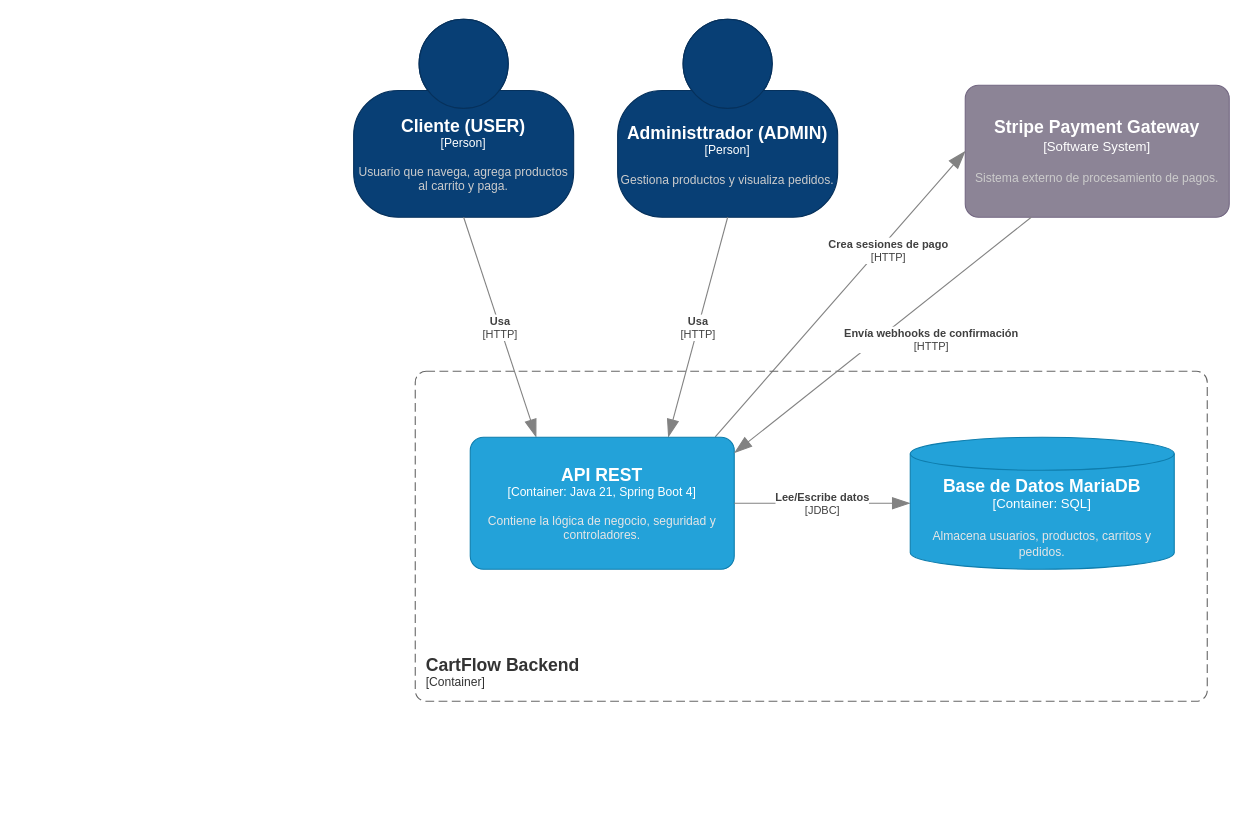
The draw.io diagram docs/diagrams/DiagramaContenedor.drawio in jvilamarin31/cartflow-api, before the edit. Source tidied: cells renumbered, new cells numbered last; positions are measured from the earlier drawing's top-left corner, leaving out a move shared by most shapes. Both pictures are drawn from the tidied source at 110%, with x=0, y=0 at pixel (353, 19).
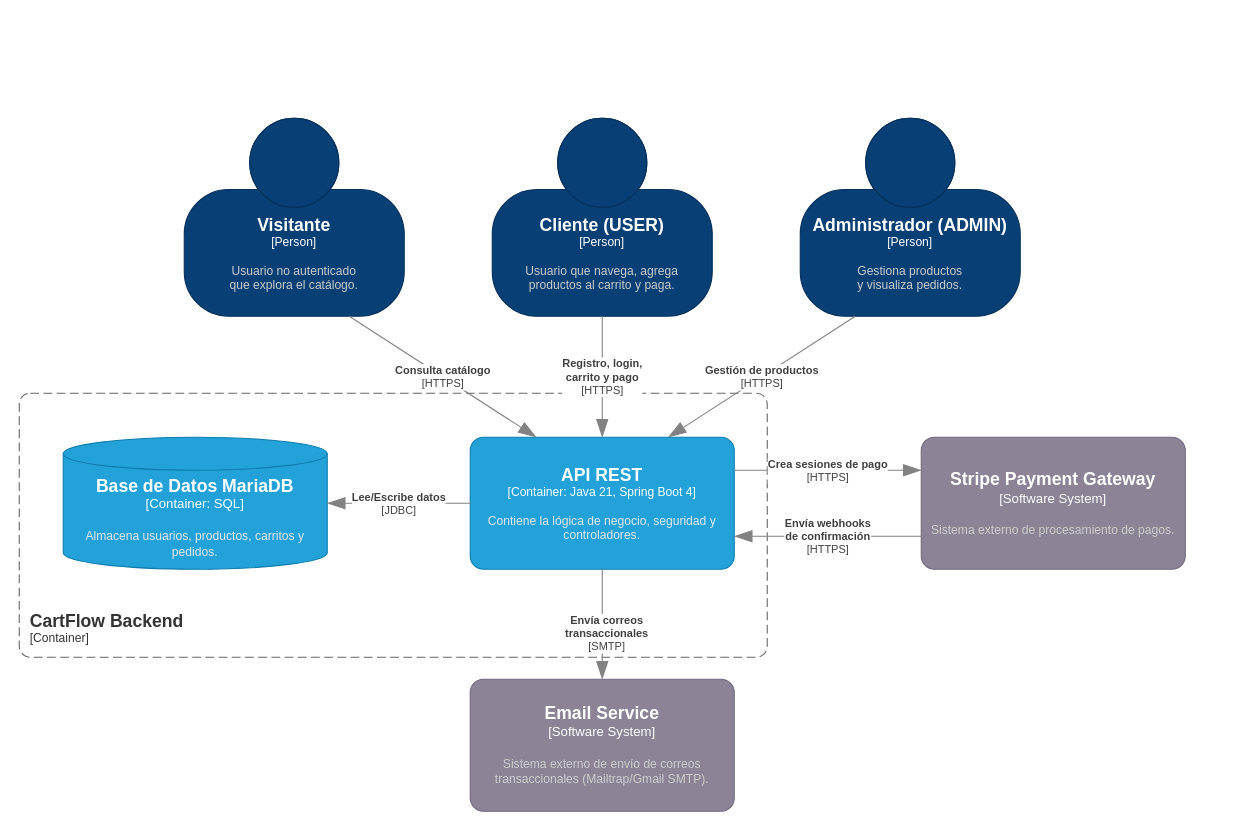
After the change.

The change refers to these unchanged cells:
```xml
<object id="9" label="&lt;font style=&quot;font-size: 16px&quot;&gt;&lt;b&gt;%c4Name%&lt;/b&gt;&lt;/font&gt;&lt;div&gt;[%c4Type%: %c4Technology%]&lt;/div&gt;&lt;br&gt;&lt;div&gt;&lt;font style=&quot;font-size: 11px&quot;&gt;&lt;font color=&quot;#E6E6E6&quot;&gt;%c4Description%&lt;/font&gt;&lt;/div&gt;" c4Description="Contiene la lógica de negocio, seguridad y controladores." c4Name="API REST" c4Technology="Java 21, Spring Boot 4" c4Type="Container" placeholders="1">
  <mxCell style="rounded=1;whiteSpace=wrap;html=1;fontSize=11;labelBackgroundColor=none;fillColor=#23A2D9;fontColor=#ffffff;align=center;arcSize=10;strokeColor=#0E7DAD;points=[[0.25,0,0],[0.5,0,0],[0.75,0,0],[1,0.25,0],[1,0.5,0],[1,0.75,0],[0.75,1,0],[0.5,1,0],[0.25,1,0],[0,0.75,0],[0,0.5,0],[0,0.25,0]];" parent="1" vertex="1">
    <mxGeometry x="106" y="380" width="240" height="120" as="geometry" />
  </mxCell>
</object>
```

Change to the diagram source:
```diff
@@
-    <object id="2" label="&lt;font style=&quot;font-size: 16px&quot;&gt;&lt;b&gt;%c4Name%&lt;/b&gt;&lt;/font&gt;&lt;div&gt;[%c4Type%]&lt;/div&gt;&lt;br&gt;&lt;div&gt;&lt;font style=&quot;font-size: 11px&quot;&gt;&lt;font color=&quot;#cccccc&quot;&gt;%c4Description%&lt;/font&gt;&lt;/div&gt;" c4Description="Usuario que navega, agrega productos al carrito y paga." c4Name="Cliente (USER)" c4Type="Person" placeholders="1">
-      <mxCell style="html=1;fontSize=11;dashed=0;whiteSpace=wrap;fillColor=#083F75;strokeColor=#06315C;fontColor=#ffffff;shape=mxgraph.c4.person2;align=center;points=[[0.5,0,0],[1,0.5,0],[1,0.75,0],[0.75,1,0],[0.5,1,0],[0.25,1,0],[0,0.75,0],[0,0.5,0]];" parent="1" vertex="1">
-        <mxGeometry width="200" height="180" as="geometry" />
-      </mxCell>
-    </object>
-    <object id="3" label="&lt;font style=&quot;font-size: 16px&quot;&gt;&lt;b&gt;%c4Name%&lt;/b&gt;&lt;/font&gt;&lt;div&gt;[%c4Type%]&lt;/div&gt;&lt;br&gt;&lt;div&gt;&lt;font style=&quot;font-size: 11px&quot;&gt;&lt;font color=&quot;#cccccc&quot;&gt;%c4Description%&lt;/font&gt;&lt;/div&gt;" c4Description="Gestiona productos y visualiza pedidos." c4Name="Administtrador (ADMIN)" c4Type="Person" placeholders="1">
-      <mxCell style="html=1;fontSize=11;dashed=0;whiteSpace=wrap;fillColor=#083F75;strokeColor=#06315C;fontColor=#ffffff;shape=mxgraph.c4.person2;align=center;points=[[0.5,0,0],[1,0.5,0],[1,0.75,0],[0.75,1,0],[0.5,1,0],[0.25,1,0],[0,0.75,0],[0,0.5,0]];" parent="1" vertex="1">
-        <mxGeometry x="240" width="200" height="180" as="geometry" />
-      </mxCell>
-    </object>
-    <object id="4" label="&lt;font style=&quot;font-size: 16px&quot;&gt;&lt;b&gt;%c4Name%&lt;/b&gt;&lt;/font&gt;&lt;div&gt;[%c4Type%]&lt;/div&gt;&lt;br&gt;&lt;div&gt;&lt;font style=&quot;font-size: 11px&quot;&gt;&lt;font color=&quot;#cccccc&quot;&gt;%c4Description%&lt;/font&gt;&lt;/div&gt;" c4Description="Sistema externo de procesamiento de pagos." c4Name="Stripe Payment Gateway" c4Type="Software System" placeholders="1">
-      <mxCell style="rounded=1;whiteSpace=wrap;html=1;labelBackgroundColor=none;fillColor=#8C8496;fontColor=#ffffff;align=center;arcSize=10;strokeColor=#736782;points=[[0.25,0,0],[0.5,0,0],[0.75,0,0],[1,0.25,0],[1,0.5,0],[1,0.75,0],[0.75,1,0],[0.5,1,0],[0.25,1,0],[0,0.75,0],[0,0.5,0],[0,0.25,0]];" parent="1" vertex="1">
-        <mxGeometry x="556" y="60" width="240" height="120" as="geometry" />
-      </mxCell>
-    </object>
-    <object id="5" label="&lt;div style=&quot;text-align: left&quot;&gt;&lt;div style=&quot;text-align: center&quot;&gt;&lt;b&gt;%c4Description%&lt;/b&gt;&lt;/div&gt;&lt;div style=&quot;text-align: center&quot;&gt;[%c4Technology%]&lt;/div&gt;&lt;/div&gt;" c4Description="Usa" c4Technology="HTTP" placeholders="1">
-      <mxCell style="endArrow=blockThin;html=1;fontSize=10;fontColor=#404040;strokeWidth=1;endFill=1;strokeColor=#828282;elbow=vertical;endSize=14;startSize=14;jumpStyle=arc;jumpSize=16;rounded=0;exitX=0.5;exitY=1;exitDx=0;exitDy=0;exitPerimeter=0;entryX=0.25;entryY=0;entryDx=0;entryDy=0;entryPerimeter=0;" parent="1" edge="1" source="2" target="9">
-        <mxGeometry relative="1" as="geometry" />
-      </mxCell>
-    </object>
-    <object id="6" label="&lt;div style=&quot;text-align: left&quot;&gt;&lt;div style=&quot;text-align: center&quot;&gt;&lt;b&gt;%c4Description%&lt;/b&gt;&lt;/div&gt;&lt;div style=&quot;text-align: center&quot;&gt;[%c4Technology%]&lt;/div&gt;&lt;/div&gt;" c4Description="Usa" c4Technology="HTTP" placeholders="1">
-      <mxCell style="endArrow=blockThin;html=1;fontSize=10;fontColor=#404040;strokeWidth=1;endFill=1;strokeColor=#828282;elbow=vertical;endSize=14;startSize=14;jumpStyle=arc;jumpSize=16;rounded=0;exitX=0.5;exitY=1;exitDx=0;exitDy=0;exitPerimeter=0;entryX=0.75;entryY=0;entryDx=0;entryDy=0;entryPerimeter=0;" parent="1" edge="1" source="3" target="9">
-        <mxGeometry relative="1" as="geometry" />
-      </mxCell>
-    </object>
-    <object id="7" label="&lt;div style=&quot;text-align: left&quot;&gt;&lt;div style=&quot;text-align: center&quot;&gt;&lt;b&gt;%c4Description%&lt;/b&gt;&lt;/div&gt;&lt;div style=&quot;text-align: center&quot;&gt;[%c4Technology%]&lt;/div&gt;&lt;/div&gt;" c4Description="Crea sesiones de pago" c4Technology="HTTP" placeholders="1">
-      <mxCell style="endArrow=blockThin;html=1;fontSize=10;fontColor=#404040;strokeWidth=1;endFill=1;strokeColor=#828282;elbow=vertical;endSize=14;startSize=14;jumpStyle=arc;jumpSize=16;rounded=0;entryX=0;entryY=0.5;entryDx=0;entryDy=0;entryPerimeter=0;exitX=0.928;exitY=-0.003;exitDx=0;exitDy=0;exitPerimeter=0;" parent="1" edge="1" source="9" target="4">
-        <mxGeometry x="0.34" y="-7" relative="1" as="geometry" />
-      </mxCell>
-    </object>
     <object id="8" label="&lt;font style=&quot;font-size: 16px&quot;&gt;&lt;b&gt;&lt;div style=&quot;text-align: left&quot;&gt;%c4Name%&lt;/div&gt;&lt;/b&gt;&lt;/font&gt;&lt;div style=&quot;text-align: left&quot;&gt;[%c4Application%]&lt;/div&gt;" c4Application="Container" c4Name="CartFlow Backend" placeholders="1">
       <mxCell style="rounded=1;fontSize=11;whiteSpace=wrap;html=1;dashed=1;arcSize=20;fillColor=none;strokeColor=#666666;fontColor=#333333;labelBackgroundColor=none;align=left;verticalAlign=bottom;labelBorderColor=none;spacingTop=0;spacing=10;dashPattern=8 4;perimeter=rectanglePerimeter;noLabel=0;labelPadding=0;absoluteArcSize=1;" parent="1" vertex="1">
-        <mxGeometry x="56" y="320" width="720" height="300" as="geometry" />
+        <mxGeometry x="-304" y="340" width="680" height="240" as="geometry" />
       </mxCell>
     </object>
@@
+    <object id="12" label="&lt;font style=&quot;font-size: 16px&quot;&gt;&lt;b&gt;%c4Name%&lt;/b&gt;&lt;/font&gt;&lt;div&gt;[%c4Type%:&amp;nbsp;%c4Technology%]&lt;/div&gt;&lt;br&gt;&lt;div&gt;&lt;font style=&quot;font-size: 11px&quot;&gt;&lt;font color=&quot;#E6E6E6&quot;&gt;%c4Description%&lt;/font&gt;&lt;/div&gt;" c4Description="Almacena usuarios, productos, carritos y pedidos." c4Name="Base de Datos MariaDB" c4Technology="SQL" c4Type="Container" placeholders="1">
+      <mxCell style="shape=cylinder3;size=15;whiteSpace=wrap;html=1;boundedLbl=1;rounded=0;labelBackgroundColor=none;fillColor=#23A2D9;fontSize=12;fontColor=#ffffff;align=center;strokeColor=#0E7DAD;points=[[0.5,0,0],[1,0.25,0],[1,0.5,0],[1,0.75,0],[0.5,1,0],[0,0.75,0],[0,0.5,0],[0,0.25,0]];" parent="1" vertex="1">
+        <mxGeometry x="-264" y="380" width="240" height="120" as="geometry" />
+      </mxCell>
+    </object>
+    <object id="13" label="&lt;font style=&quot;font-size: 16px&quot;&gt;&lt;b&gt;%c4Name%&lt;/b&gt;&lt;/font&gt;&lt;div&gt;[%c4Type%]&lt;/div&gt;&lt;br&gt;&lt;div&gt;&lt;font style=&quot;font-size: 11px&quot;&gt;&lt;font color=&quot;#cccccc&quot;&gt;%c4Description%&lt;/font&gt;&lt;/div&gt;" c4Description="Sistema externo de envío de correos transaccionales (Mailtrap/Gmail SMTP)." c4Name="Email Service" c4Type="Software System" placeholders="1">
+      <mxCell style="rounded=1;whiteSpace=wrap;html=1;labelBackgroundColor=none;fillColor=#8C8496;fontColor=#ffffff;align=center;arcSize=10;strokeColor=#736782;points=[[0.25,0,0],[0.5,0,0],[0.75,0,0],[1,0.25,0],[1,0.5,0],[1,0.75,0],[0.75,1,0],[0.5,1,0],[0.25,1,0],[0,0.75,0],[0,0.5,0],[0,0.25,0]];" parent="1" vertex="1">
+        <mxGeometry x="106" y="600" width="240" height="120" as="geometry" />
+      </mxCell>
+    </object>
+    <object id="14" label="&lt;div style=&quot;text-align: left&quot;&gt;&lt;div style=&quot;text-align: center&quot;&gt;&lt;b&gt;%c4Description%&lt;/b&gt;&lt;/div&gt;&lt;div style=&quot;text-align: center&quot;&gt;[%c4Technology%]&lt;/div&gt;&lt;/div&gt;" c4Description="Envía correos&#10;transaccionales" c4Technology="SMTP" placeholders="1">
+      <mxCell style="endArrow=blockThin;html=1;fontSize=10;fontColor=#404040;strokeWidth=1;endFill=1;strokeColor=#828282;elbow=vertical;endSize=14;startSize=14;jumpStyle=arc;jumpSize=16;rounded=0;entryX=0.5;entryY=0;entryDx=0;entryDy=0;entryPerimeter=0;exitX=0.5;exitY=1;exitDx=0;exitDy=0;exitPerimeter=0;" parent="1" edge="1" source="9" target="13">
+        <mxGeometry x="0.16" y="4" relative="1" as="geometry" />
+      </mxCell>
+    </object>
+    <object id="15" label="&lt;font style=&quot;font-size: 16px&quot;&gt;&lt;b&gt;%c4Name%&lt;/b&gt;&lt;/font&gt;&lt;div&gt;[%c4Type%]&lt;/div&gt;&lt;br&gt;&lt;div&gt;&lt;font style=&quot;font-size: 11px&quot;&gt;&lt;font color=&quot;#cccccc&quot;&gt;%c4Description%&lt;/font&gt;&lt;/div&gt;" c4Description="Usuario no autenticado&#10;que explora el catálogo." c4Name="Visitante" c4Type="Person" placeholders="1">
+      <mxCell style="html=1;fontSize=11;dashed=0;whiteSpace=wrap;fillColor=#083F75;strokeColor=#06315C;fontColor=#ffffff;shape=mxgraph.c4.person2;align=center;points=[[0.5,0,0],[1,0.5,0],[1,0.75,0],[0.75,1,0],[0.5,1,0],[0.25,1,0],[0,0.75,0],[0,0.5,0]];" parent="1" vertex="1">
+        <mxGeometry x="-154" y="90" width="200" height="180" as="geometry" />
+      </mxCell>
+    </object>
+    <object id="16" label="&lt;font style=&quot;font-size: 16px&quot;&gt;&lt;b&gt;%c4Name%&lt;/b&gt;&lt;/font&gt;&lt;div&gt;[%c4Type%]&lt;/div&gt;&lt;br&gt;&lt;div&gt;&lt;font style=&quot;font-size: 11px&quot;&gt;&lt;font color=&quot;#cccccc&quot;&gt;%c4Description%&lt;/font&gt;&lt;/div&gt;" c4Description="Gestiona productos&#10;y visualiza pedidos." c4Name="Administrador (ADMIN)" c4Type="Person" placeholders="1">
+      <mxCell style="html=1;fontSize=11;dashed=0;whiteSpace=wrap;fillColor=#083F75;strokeColor=#06315C;fontColor=#ffffff;shape=mxgraph.c4.person2;align=center;points=[[0.5,0,0],[1,0.5,0],[1,0.75,0],[0.75,1,0],[0.5,1,0],[0.25,1,0],[0,0.75,0],[0,0.5,0]];" parent="1" vertex="1">
+        <mxGeometry x="406" y="90" width="200" height="180" as="geometry" />
+      </mxCell>
+    </object>
+    <object id="17" label="&lt;div style=&quot;text-align: left&quot;&gt;&lt;div style=&quot;text-align: center&quot;&gt;&lt;b&gt;%c4Description%&lt;/b&gt;&lt;/div&gt;&lt;div style=&quot;text-align: center&quot;&gt;[%c4Technology%]&lt;/div&gt;&lt;/div&gt;" c4Description="Consulta catálogo" c4Technology="HTTPS" placeholders="1">
+      <mxCell style="endArrow=blockThin;html=1;fontSize=10;fontColor=#404040;strokeWidth=1;endFill=1;strokeColor=#828282;elbow=vertical;endSize=14;startSize=14;jumpStyle=arc;jumpSize=16;rounded=0;exitX=0.75;exitY=1;exitDx=0;exitDy=0;exitPerimeter=0;entryX=0.25;entryY=0;entryDx=0;entryDy=0;entryPerimeter=0;" parent="1" edge="1" source="15" target="9">
+        <mxGeometry relative="1" as="geometry" />
+      </mxCell>
+    </object>
+    <object id="18" label="&lt;div style=&quot;text-align: left&quot;&gt;&lt;div style=&quot;text-align: center&quot;&gt;&lt;b&gt;%c4Description%&lt;/b&gt;&lt;/div&gt;&lt;div style=&quot;text-align: center&quot;&gt;[%c4Technology%]&lt;/div&gt;&lt;/div&gt;" c4Description="Gestión de productos" c4Technology="HTTPS" placeholders="1">
+      <mxCell style="endArrow=blockThin;html=1;fontSize=10;fontColor=#404040;strokeWidth=1;endFill=1;strokeColor=#828282;elbow=vertical;endSize=14;startSize=14;jumpStyle=arc;jumpSize=16;rounded=0;exitX=0.25;exitY=1;exitDx=0;exitDy=0;exitPerimeter=0;entryX=0.75;entryY=0;entryDx=0;entryDy=0;entryPerimeter=0;" parent="1" edge="1" source="16" target="9">
+        <mxGeometry relative="1" as="geometry" />
+      </mxCell>
+    </object>
+    <object id="2" label="&lt;font style=&quot;font-size: 16px&quot;&gt;&lt;b&gt;%c4Name%&lt;/b&gt;&lt;/font&gt;&lt;div&gt;[%c4Type%]&lt;/div&gt;&lt;br&gt;&lt;div&gt;&lt;font style=&quot;font-size: 11px&quot;&gt;&lt;font color=&quot;#cccccc&quot;&gt;%c4Description%&lt;/font&gt;&lt;/div&gt;" c4Description="Usuario que navega, agrega&#10;productos al carrito y paga." c4Name="Cliente (USER)" c4Type="Person" placeholders="1">
+      <mxCell style="html=1;fontSize=11;dashed=0;whiteSpace=wrap;fillColor=#083F75;strokeColor=#06315C;fontColor=#ffffff;shape=mxgraph.c4.person2;align=center;points=[[0.5,0,0],[1,0.5,0],[1,0.75,0],[0.75,1,0],[0.5,1,0],[0.25,1,0],[0,0.75,0],[0,0.5,0]];" parent="1" vertex="1">
+        <mxGeometry x="126" y="90" width="200" height="180" as="geometry" />
+      </mxCell>
+    </object>
+    <object id="5" label="&lt;div style=&quot;text-align: left&quot;&gt;&lt;div style=&quot;text-align: center&quot;&gt;&lt;b&gt;%c4Description%&lt;/b&gt;&lt;/div&gt;&lt;div style=&quot;text-align: center&quot;&gt;[%c4Technology%]&lt;/div&gt;&lt;/div&gt;" c4Description="Registro, login,&#10;carrito y pago" c4Technology="HTTPS" placeholders="1">
+      <mxCell style="endArrow=blockThin;html=1;fontSize=10;fontColor=#404040;strokeWidth=1;endFill=1;strokeColor=#828282;elbow=vertical;endSize=14;startSize=14;jumpStyle=arc;jumpSize=16;rounded=0;exitX=0.5;exitY=1;exitDx=0;exitDy=0;exitPerimeter=0;entryX=0.5;entryY=0;entryDx=0;entryDy=0;entryPerimeter=0;" parent="1" edge="1" source="2" target="9">
+        <mxGeometry relative="1" as="geometry" />
+      </mxCell>
+    </object>
     <object id="10" label="&lt;div style=&quot;text-align: left&quot;&gt;&lt;div style=&quot;text-align: center&quot;&gt;&lt;b&gt;%c4Description%&lt;/b&gt;&lt;/div&gt;&lt;div style=&quot;text-align: center&quot;&gt;[%c4Technology%]&lt;/div&gt;&lt;/div&gt;" c4Description="Lee/Escribe datos" c4Technology="JDBC" placeholders="1">
-      <mxCell style="endArrow=blockThin;html=1;fontSize=10;fontColor=#404040;strokeWidth=1;endFill=1;strokeColor=#828282;elbow=vertical;endSize=14;startSize=14;jumpStyle=arc;jumpSize=16;rounded=0;edgeStyle=orthogonalEdgeStyle;exitX=1;exitY=0.5;exitDx=0;exitDy=0;exitPerimeter=0;entryX=0;entryY=0.5;entryDx=0;entryDy=0;entryPerimeter=0;" parent="1" edge="1" source="9" target="12">
+      <mxCell style="endArrow=blockThin;html=1;fontSize=10;fontColor=#404040;strokeWidth=1;endFill=1;strokeColor=#828282;elbow=vertical;endSize=14;startSize=14;jumpStyle=arc;jumpSize=16;rounded=0;edgeStyle=orthogonalEdgeStyle;exitX=0;exitY=0.5;exitDx=0;exitDy=0;exitPerimeter=0;entryX=1;entryY=0.5;entryDx=0;entryDy=0;entryPerimeter=0;" parent="1" edge="1" source="9" target="12">
         <mxGeometry relative="1" as="geometry" />
       </mxCell>
     </object>
+    <object id="4" label="&lt;font style=&quot;font-size: 16px&quot;&gt;&lt;b&gt;%c4Name%&lt;/b&gt;&lt;/font&gt;&lt;div&gt;[%c4Type%]&lt;/div&gt;&lt;br&gt;&lt;div&gt;&lt;font style=&quot;font-size: 11px&quot;&gt;&lt;font color=&quot;#cccccc&quot;&gt;%c4Description%&lt;/font&gt;&lt;/div&gt;" c4Description="Sistema externo de procesamiento de pagos." c4Name="Stripe Payment Gateway" c4Type="Software System" placeholders="1">
+      <mxCell style="rounded=1;whiteSpace=wrap;html=1;labelBackgroundColor=none;fillColor=#8C8496;fontColor=#ffffff;align=center;arcSize=10;strokeColor=#736782;points=[[0.25,0,0],[0.5,0,0],[0.75,0,0],[1,0.25,0],[1,0.5,0],[1,0.75,0],[0.75,1,0],[0.5,1,0],[0.25,1,0],[0,0.75,0],[0,0.5,0],[0,0.25,0]];" parent="1" vertex="1">
+        <mxGeometry x="516" y="380" width="240" height="120" as="geometry" />
+      </mxCell>
+    </object>
+    <object id="7" label="&lt;div style=&quot;text-align: left&quot;&gt;&lt;div style=&quot;text-align: center&quot;&gt;&lt;b&gt;%c4Description%&lt;/b&gt;&lt;/div&gt;&lt;div style=&quot;text-align: center&quot;&gt;[%c4Technology%]&lt;/div&gt;&lt;/div&gt;" c4Description="Crea sesiones de pago" c4Technology="HTTPS" placeholders="1">
+      <mxCell style="endArrow=blockThin;html=1;fontSize=10;fontColor=#404040;strokeWidth=1;endFill=1;strokeColor=#828282;endSize=14;startSize=14;jumpStyle=arc;jumpSize=16;rounded=0;exitX=1;exitY=0.25;exitDx=0;exitDy=0;exitPerimeter=0;entryX=0;entryY=0.25;entryDx=0;entryDy=0;entryPerimeter=0;elbow=vertical;" parent="1" edge="1" source="9" target="4">
+        <mxGeometry relative="1" as="geometry" />
+      </mxCell>
+    </object>
-    <object id="11" label="&lt;div style=&quot;text-align: left&quot;&gt;&lt;div style=&quot;text-align: center&quot;&gt;&lt;b&gt;%c4Description%&lt;/b&gt;&lt;/div&gt;&lt;div style=&quot;text-align: center&quot;&gt;[%c4Technology%]&lt;/div&gt;&lt;/div&gt;" c4Description="Envía webhooks de confirmación" c4Technology="HTTP" placeholders="1">
-      <mxCell style="endArrow=blockThin;html=1;fontSize=10;fontColor=#404040;strokeWidth=1;endFill=1;strokeColor=#828282;elbow=vertical;endSize=14;startSize=14;jumpStyle=arc;jumpSize=16;rounded=0;entryX=1;entryY=0.119;entryDx=0;entryDy=0;entryPerimeter=0;exitX=0.25;exitY=1;exitDx=0;exitDy=0;exitPerimeter=0;" parent="1" edge="1" source="4" target="9">
-        <mxGeometry x="-0.19" y="30" relative="1" as="geometry" />
+    <object id="11" label="&lt;div style=&quot;text-align: left&quot;&gt;&lt;div style=&quot;text-align: center&quot;&gt;&lt;b&gt;%c4Description%&lt;/b&gt;&lt;/div&gt;&lt;div style=&quot;text-align: center&quot;&gt;[%c4Technology%]&lt;/div&gt;&lt;/div&gt;" c4Description="Envía webhooks&#10;de confirmación" c4Technology="HTTPS" placeholders="1">
+      <mxCell style="endArrow=blockThin;html=1;fontSize=10;fontColor=#404040;strokeWidth=1;endFill=1;strokeColor=#828282;elbow=vertical;endSize=14;startSize=14;jumpStyle=arc;jumpSize=16;rounded=0;entryX=1;entryY=0.75;entryDx=0;entryDy=0;entryPerimeter=0;exitX=0;exitY=0.75;exitDx=0;exitDy=0;exitPerimeter=0;" parent="1" edge="1" source="4" target="9">
+        <mxGeometry relative="1" as="geometry" />
       </mxCell>
     </object>
-    <object id="12" label="&lt;font style=&quot;font-size: 16px&quot;&gt;&lt;b&gt;%c4Name%&lt;/b&gt;&lt;/font&gt;&lt;div&gt;[%c4Type%:&amp;nbsp;%c4Technology%]&lt;/div&gt;&lt;br&gt;&lt;div&gt;&lt;font style=&quot;font-size: 11px&quot;&gt;&lt;font color=&quot;#E6E6E6&quot;&gt;%c4Description%&lt;/font&gt;&lt;/div&gt;" c4Description="Almacena usuarios, productos, carritos y pedidos." c4Name="Base de Datos MariaDB" c4Technology="SQL" c4Type="Container" placeholders="1">
-      <mxCell style="shape=cylinder3;size=15;whiteSpace=wrap;html=1;boundedLbl=1;rounded=0;labelBackgroundColor=none;fillColor=#23A2D9;fontSize=12;fontColor=#ffffff;align=center;strokeColor=#0E7DAD;points=[[0.5,0,0],[1,0.25,0],[1,0.5,0],[1,0.75,0],[0.5,1,0],[0,0.75,0],[0,0.5,0],[0,0.25,0]];" parent="1" vertex="1">
-        <mxGeometry x="506" y="380" width="240" height="120" as="geometry" />
-      </mxCell>
-    </object>
```
